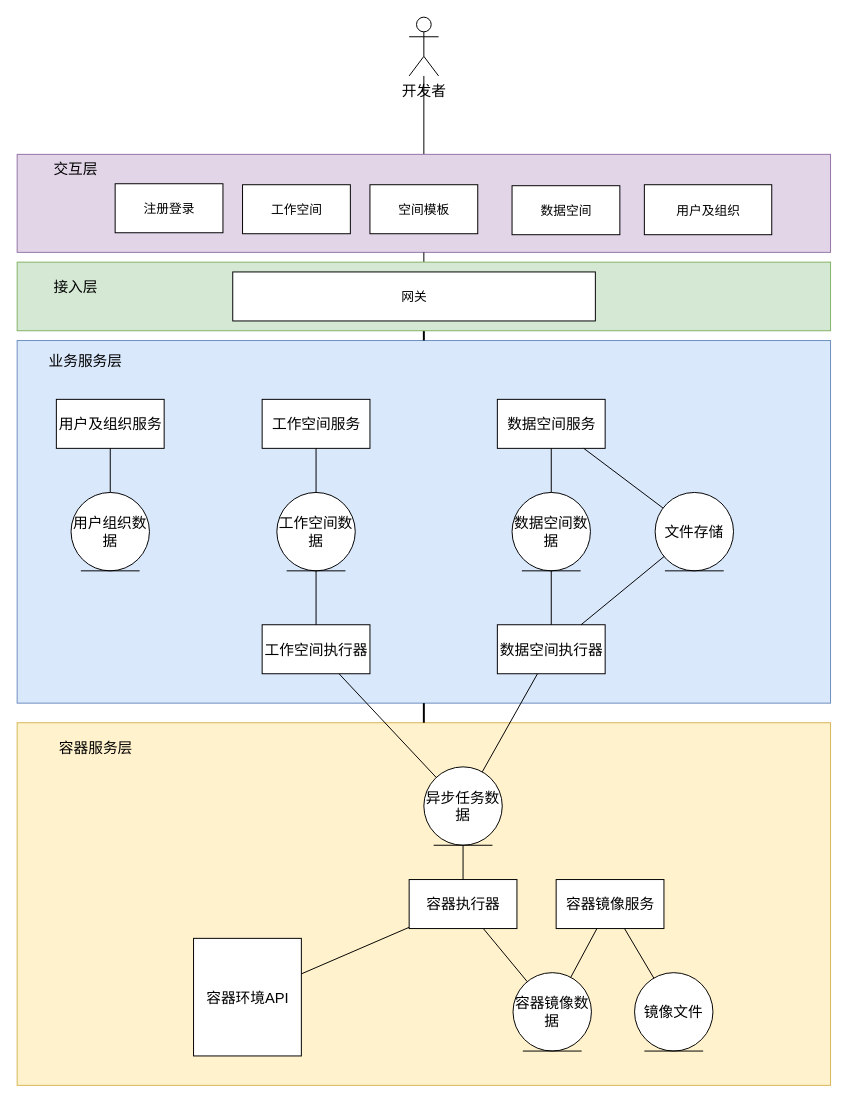
codepodspace/docs keeps this draw.io diagram as architecure/_design/02.logic.drawio. Above is the earlier version. Source tidied: cells renumbered, new cells numbered last; positions are measured from the earlier drawing's top-left corner, leaving out a move shared by most shapes. Both pictures are drawn from the tidied source at 98%, with x=0, y=0 at pixel (17, 17).
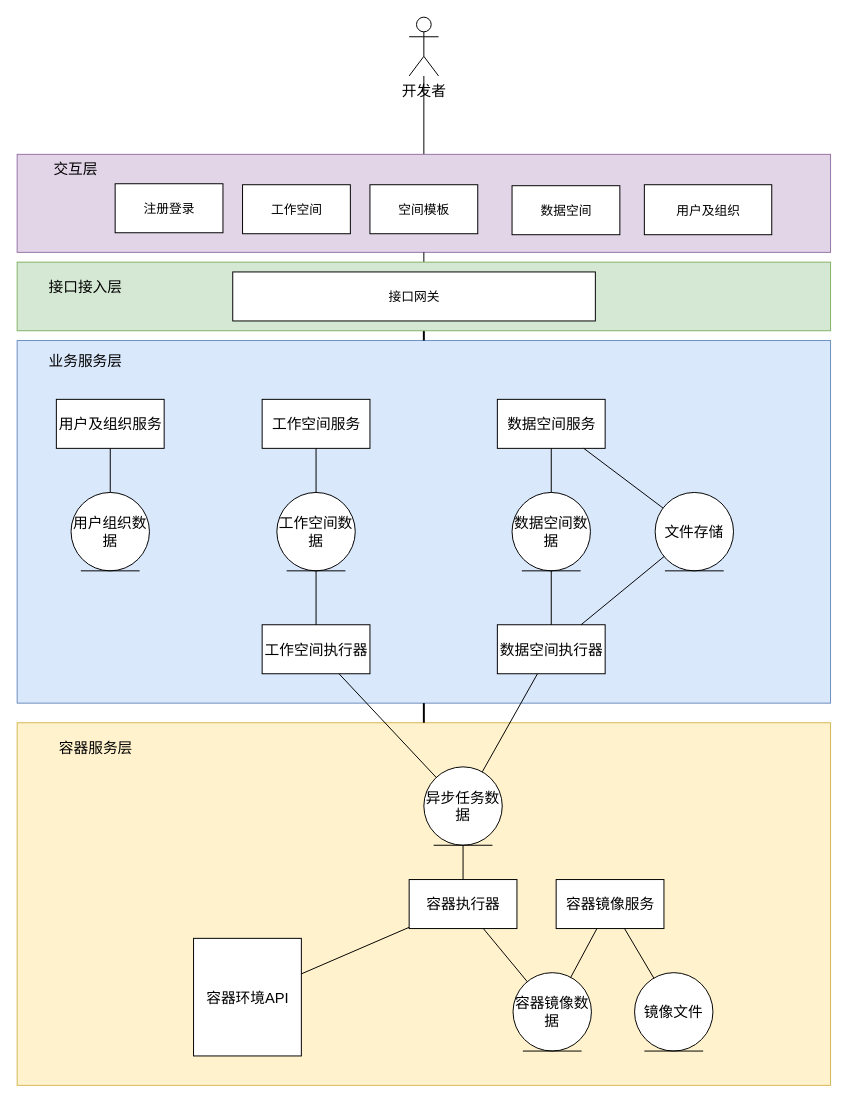
The same page after the edit.

Diff of the diagram source:
```diff
@@
-    <mxCell id="47" value="网关" style="html=1;fontSize=13;" parent="1" vertex="1">
+    <mxCell id="47" value="接口网关" style="html=1;fontSize=13;" parent="1" vertex="1">
       <mxGeometry x="220" y="260" width="370" height="50" as="geometry" />
     </mxCell>
-    <mxCell id="48" value="接入层" style="text;html=1;strokeColor=none;fillColor=none;align=center;verticalAlign=middle;whiteSpace=wrap;rounded=0;fontSize=15;" parent="1" vertex="1">
-      <mxGeometry x="30" y="260" width="60" height="30" as="geometry" />
+    <mxCell id="48" value="接口接入层" style="text;html=1;strokeColor=none;fillColor=none;align=center;verticalAlign=middle;whiteSpace=wrap;rounded=0;fontSize=15;" parent="1" vertex="1">
+      <mxGeometry x="30" y="260" width="80" height="30" as="geometry" />
     </mxCell>
```
